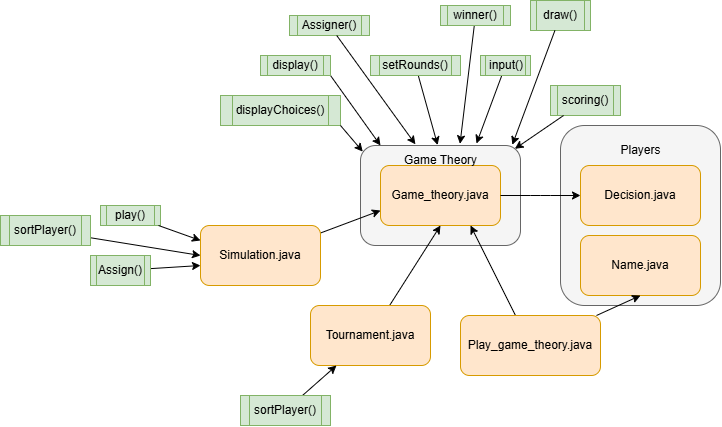
Before: Diagram.drawio.png, a diagram exported from draw.io (Rohan-Shridhar/Prisoners-Delima). Source tidied: cells renumbered, new cells last; positions are measured from the earlier drawing's top-left corner, leaving out a move shared by most shapes. Source of this version:
```xml
<mxGraphModel>
  <root>
    <mxCell id="0" />
    <mxCell id="1" parent="0" />
    <mxCell id="2" style="rounded=1;whiteSpace=wrap;html=1;fillColor=#f5f5f5;fontColor=#333333;strokeColor=#666666;" parent="1" vertex="1">
      <mxGeometry x="360" y="145" width="160" height="100" as="geometry" />
    </mxCell>
    <mxCell id="3" value="Game_theory.java" style="rounded=1;whiteSpace=wrap;html=1;fillColor=#ffe6cc;strokeColor=#d79b00;" parent="1" vertex="1">
      <mxGeometry x="380" y="165" width="120" height="60" as="geometry" />
    </mxCell>
    <mxCell id="4" value="Game Theory" style="text;html=1;align=center;verticalAlign=middle;strokeColor=none;fillColor=none;" parent="1" vertex="1">
      <mxGeometry x="390" y="145" width="100" height="30" as="geometry" />
    </mxCell>
    <mxCell id="5" style="rounded=1;whiteSpace=wrap;html=1;fillColor=#f5f5f5;strokeColor=#666666;fontColor=#333333;" parent="1" vertex="1">
      <mxGeometry x="560" y="125" width="160" height="180" as="geometry" />
    </mxCell>
    <mxCell id="6" value="Players" style="text;html=1;align=center;verticalAlign=middle;strokeColor=none;fillColor=none;" parent="1" vertex="1">
      <mxGeometry x="610" y="135" width="60" height="30" as="geometry" />
    </mxCell>
    <mxCell id="7" value="Decision.java" style="rounded=1;whiteSpace=wrap;html=1;fillColor=#ffe6cc;strokeColor=#d79b00;" parent="1" vertex="1">
      <mxGeometry x="580" y="165" width="120" height="60" as="geometry" />
    </mxCell>
    <mxCell id="8" value="Name.java" style="rounded=1;whiteSpace=wrap;html=1;fillColor=#ffe6cc;strokeColor=#d79b00;" parent="1" vertex="1">
      <mxGeometry x="580" y="235" width="120" height="60" as="geometry" />
    </mxCell>
    <mxCell id="9" style="edgeStyle=none;html=1;entryX=0.5;entryY=1;entryDx=0;entryDy=0;" parent="1" edge="1" source="11" target="8">
      <mxGeometry relative="1" as="geometry" />
    </mxCell>
    <mxCell id="10" style="edgeStyle=none;html=1;entryX=0.75;entryY=1;entryDx=0;entryDy=0;" parent="1" edge="1" source="11" target="3">
      <mxGeometry relative="1" as="geometry" />
    </mxCell>
    <mxCell id="11" value="Play_game_theory.java" style="rounded=1;whiteSpace=wrap;html=1;fillColor=#ffe6cc;strokeColor=#d79b00;" parent="1" vertex="1">
      <mxGeometry x="460" y="315" width="140" height="60" as="geometry" />
    </mxCell>
    <mxCell id="12" style="edgeStyle=none;html=1;entryX=0.5;entryY=1;entryDx=0;entryDy=0;" parent="1" edge="1" source="13" target="3">
      <mxGeometry relative="1" as="geometry" />
    </mxCell>
    <mxCell id="13" value="Tournament.java" style="rounded=1;whiteSpace=wrap;html=1;fillColor=#ffe6cc;strokeColor=#d79b00;" parent="1" vertex="1">
      <mxGeometry x="310" y="305" width="120" height="60" as="geometry" />
    </mxCell>
    <mxCell id="14" style="edgeStyle=none;html=1;entryX=0;entryY=0.75;entryDx=0;entryDy=0;" parent="1" edge="1" source="15" target="3">
      <mxGeometry relative="1" as="geometry" />
    </mxCell>
    <mxCell id="15" value="Simulation.java" style="rounded=1;whiteSpace=wrap;html=1;fillColor=#ffe6cc;strokeColor=#d79b00;" parent="1" vertex="1">
      <mxGeometry x="200" y="225" width="120" height="60" as="geometry" />
    </mxCell>
    <mxCell id="16" style="edgeStyle=none;html=1;exitX=1;exitY=0.5;exitDx=0;exitDy=0;entryX=0;entryY=0.5;entryDx=0;entryDy=0;" parent="1" edge="1" source="3" target="7">
      <mxGeometry relative="1" as="geometry">
        <Array as="points">
          <mxPoint x="540" y="195" />
        </Array>
      </mxGeometry>
    </mxCell>
    <mxCell id="17" value="Assigner()" style="shape=process;whiteSpace=wrap;html=1;backgroundOutline=1;fillColor=#d5e8d4;strokeColor=#82b366;" parent="1" vertex="1">
      <mxGeometry x="289" y="15" width="80" height="20" as="geometry" />
    </mxCell>
    <mxCell id="18" style="edgeStyle=none;html=1;entryX=0.482;entryY=-0.004;entryDx=0;entryDy=0;entryPerimeter=0;" parent="1" edge="1" source="19" target="2">
      <mxGeometry relative="1" as="geometry" />
    </mxCell>
    <mxCell id="19" value="setRounds()" style="shape=process;whiteSpace=wrap;html=1;backgroundOutline=1;fillColor=#d5e8d4;strokeColor=#82b366;" parent="1" vertex="1">
      <mxGeometry x="370" y="55" width="90" height="20" as="geometry" />
    </mxCell>
    <mxCell id="20" style="edgeStyle=none;html=1;entryX=0.725;entryY=-0.02;entryDx=0;entryDy=0;entryPerimeter=0;" parent="1" edge="1" source="21" target="2">
      <mxGeometry relative="1" as="geometry" />
    </mxCell>
    <mxCell id="21" value="input()" style="shape=process;whiteSpace=wrap;html=1;backgroundOutline=1;fillColor=#d5e8d4;strokeColor=#82b366;" parent="1" vertex="1">
      <mxGeometry x="480" y="55" width="50" height="20" as="geometry" />
    </mxCell>
    <mxCell id="22" value="scoring()" style="shape=process;whiteSpace=wrap;html=1;backgroundOutline=1;fillColor=#d5e8d4;strokeColor=#82b366;" parent="1" vertex="1">
      <mxGeometry x="550" y="85" width="70" height="30" as="geometry" />
    </mxCell>
    <mxCell id="23" value="draw()" style="shape=process;whiteSpace=wrap;html=1;backgroundOutline=1;fillColor=#d5e8d4;strokeColor=#82b366;" parent="1" vertex="1">
      <mxGeometry x="530" width="60" height="30" as="geometry" />
    </mxCell>
    <mxCell id="24" style="edgeStyle=none;html=1;entryX=0.622;entryY=-0.017;entryDx=0;entryDy=0;entryPerimeter=0;" parent="1" edge="1" source="25" target="2">
      <mxGeometry relative="1" as="geometry" />
    </mxCell>
    <mxCell id="25" value="winner()" style="shape=process;whiteSpace=wrap;html=1;backgroundOutline=1;fillColor=#d5e8d4;strokeColor=#82b366;" parent="1" vertex="1">
      <mxGeometry x="440" y="5" width="70" height="20" as="geometry" />
    </mxCell>
    <mxCell id="26" style="edgeStyle=none;html=1;exitX=1;exitY=1;exitDx=0;exitDy=0;" parent="1" edge="1" source="27">
      <mxGeometry relative="1" as="geometry">
        <mxPoint x="380" y="145" as="targetPoint" />
      </mxGeometry>
    </mxCell>
    <mxCell id="27" value="display()" style="shape=process;whiteSpace=wrap;html=1;backgroundOutline=1;fillColor=#d5e8d4;strokeColor=#82b366;" parent="1" vertex="1">
      <mxGeometry x="260" y="55" width="70" height="20" as="geometry" />
    </mxCell>
    <mxCell id="28" value="displayChoices()" style="shape=process;whiteSpace=wrap;html=1;backgroundOutline=1;fillColor=#d5e8d4;strokeColor=#82b366;" parent="1" vertex="1">
      <mxGeometry x="220" y="95" width="120" height="30" as="geometry" />
    </mxCell>
    <mxCell id="29" style="edgeStyle=none;html=1;entryX=0.343;entryY=-0.012;entryDx=0;entryDy=0;entryPerimeter=0;" parent="1" edge="1" source="17" target="2">
      <mxGeometry relative="1" as="geometry" />
    </mxCell>
    <mxCell id="30" style="edgeStyle=none;html=1;exitX=1;exitY=1;exitDx=0;exitDy=0;entryX=0.014;entryY=0.061;entryDx=0;entryDy=0;entryPerimeter=0;" parent="1" edge="1" source="28" target="2">
      <mxGeometry relative="1" as="geometry" />
    </mxCell>
    <mxCell id="31" style="edgeStyle=none;html=1;entryX=0.965;entryY=0.033;entryDx=0;entryDy=0;entryPerimeter=0;" parent="1" edge="1" source="22" target="2">
      <mxGeometry relative="1" as="geometry" />
    </mxCell>
    <mxCell id="32" style="edgeStyle=none;html=1;entryX=0.949;entryY=-0.007;entryDx=0;entryDy=0;entryPerimeter=0;" parent="1" edge="1" source="23" target="2">
      <mxGeometry relative="1" as="geometry" />
    </mxCell>
    <mxCell id="33" value="play()" style="shape=process;whiteSpace=wrap;html=1;backgroundOutline=1;fillColor=#d5e8d4;strokeColor=#82b366;" parent="1" vertex="1">
      <mxGeometry x="100" y="205" width="60" height="20" as="geometry" />
    </mxCell>
    <mxCell id="34" style="edgeStyle=none;html=1;entryX=0;entryY=0.5;entryDx=0;entryDy=0;" parent="1" edge="1" source="35" target="15">
      <mxGeometry relative="1" as="geometry" />
    </mxCell>
    <mxCell id="35" value="sortPlayer()" style="shape=process;whiteSpace=wrap;html=1;backgroundOutline=1;fillColor=#d5e8d4;strokeColor=#82b366;" parent="1" vertex="1">
      <mxGeometry y="215" width="90" height="30" as="geometry" />
    </mxCell>
    <mxCell id="36" style="edgeStyle=none;html=1;" parent="1" edge="1" source="37">
      <mxGeometry relative="1" as="geometry">
        <mxPoint x="200" y="265" as="targetPoint" />
      </mxGeometry>
    </mxCell>
    <mxCell id="37" value="Assign()" style="shape=process;whiteSpace=wrap;html=1;backgroundOutline=1;fillColor=#d5e8d4;strokeColor=#82b366;" parent="1" vertex="1">
      <mxGeometry x="90" y="255" width="60" height="30" as="geometry" />
    </mxCell>
    <mxCell id="38" style="edgeStyle=none;html=1;entryX=0;entryY=0.25;entryDx=0;entryDy=0;" parent="1" edge="1" source="33" target="15">
      <mxGeometry relative="1" as="geometry" />
    </mxCell>
    <mxCell id="39" style="edgeStyle=none;html=1;" parent="1" edge="1" source="40" target="13">
      <mxGeometry relative="1" as="geometry" />
    </mxCell>
    <mxCell id="40" value="sortPlayer()" style="shape=process;whiteSpace=wrap;html=1;backgroundOutline=1;fillColor=#d5e8d4;strokeColor=#82b366;" parent="1" vertex="1">
      <mxGeometry x="240" y="395" width="90" height="30" as="geometry" />
    </mxCell>
  </root>
</mxGraphModel>
```
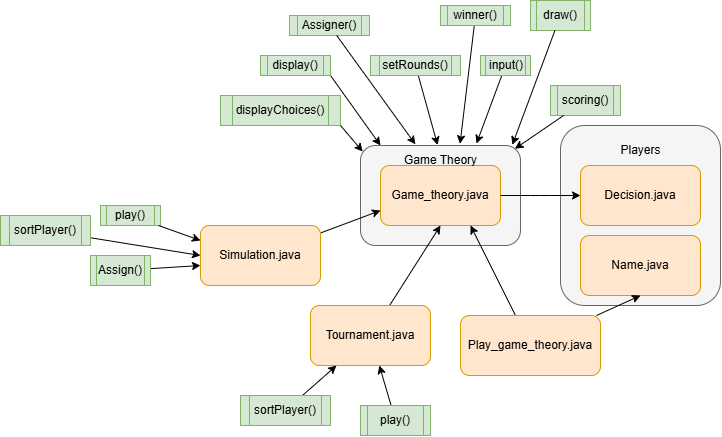
The same diagram one commit later.

Change to the diagram source:
```diff
@@ -127,5 +127,11 @@
     <mxCell id="40" value="sortPlayer()" style="shape=process;whiteSpace=wrap;html=1;backgroundOutline=1;fillColor=#d5e8d4;strokeColor=#82b366;" parent="1" vertex="1">
       <mxGeometry x="240" y="395" width="90" height="30" as="geometry" />
     </mxCell>
+    <mxCell id="41" style="edgeStyle=none;html=1;" parent="1" edge="1" source="42" target="13">
+      <mxGeometry relative="1" as="geometry" />
+    </mxCell>
+    <mxCell id="42" value="play()" style="shape=process;whiteSpace=wrap;html=1;backgroundOutline=1;fillColor=#d5e8d4;strokeColor=#82b366;" parent="1" vertex="1">
+      <mxGeometry x="360" y="405" width="70" height="30" as="geometry" />
+    </mxCell>
   </root>
 </mxGraphModel>
```
